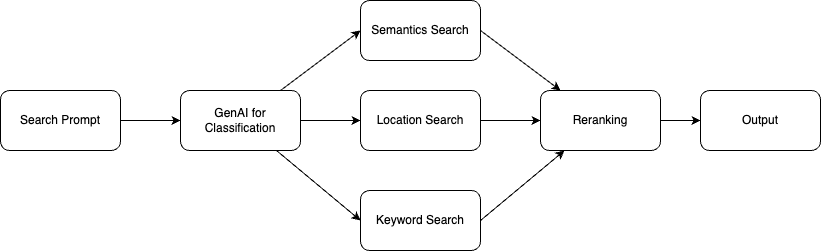
natelee-tw/event-search-optimization keeps this draw.io diagram as diagrams/architecture.drawio.png. Above is the earlier version. Source tidied: cells renumbered, new cells last; positions are measured from the earlier drawing's top-left corner, leaving out a move shared by most shapes. Its diagram source:
```xml
<mxGraphModel>
  <root>
    <mxCell id="0" />
    <mxCell id="1" parent="0" />
    <mxCell id="2" style="edgeStyle=none;html=1;entryX=0;entryY=0.5;entryDx=0;entryDy=0;" parent="1" edge="1" source="3" target="7">
      <mxGeometry relative="1" as="geometry" />
    </mxCell>
    <mxCell id="3" value="Search Prompt" style="rounded=1;whiteSpace=wrap;html=1;" parent="1" vertex="1">
      <mxGeometry y="90" width="120" height="60" as="geometry" />
    </mxCell>
    <mxCell id="4" style="edgeStyle=none;html=1;entryX=0;entryY=0.5;entryDx=0;entryDy=0;" parent="1" edge="1" source="7" target="9">
      <mxGeometry relative="1" as="geometry" />
    </mxCell>
    <mxCell id="5" style="edgeStyle=none;html=1;" parent="1" edge="1" source="7" target="11">
      <mxGeometry relative="1" as="geometry" />
    </mxCell>
    <mxCell id="6" style="edgeStyle=none;html=1;entryX=0;entryY=0.5;entryDx=0;entryDy=0;" parent="1" edge="1" source="7" target="13">
      <mxGeometry relative="1" as="geometry" />
    </mxCell>
    <mxCell id="7" value="GenAI for Classification" style="rounded=1;whiteSpace=wrap;html=1;" parent="1" vertex="1">
      <mxGeometry x="180" y="90" width="120" height="60" as="geometry" />
    </mxCell>
    <mxCell id="8" style="edgeStyle=none;html=1;exitX=1;exitY=0.5;exitDx=0;exitDy=0;" parent="1" edge="1" source="9" target="15">
      <mxGeometry relative="1" as="geometry" />
    </mxCell>
    <mxCell id="9" value="Semantics Search" style="rounded=1;whiteSpace=wrap;html=1;" parent="1" vertex="1">
      <mxGeometry x="360" width="120" height="60" as="geometry" />
    </mxCell>
    <mxCell id="10" style="edgeStyle=none;html=1;" parent="1" edge="1" source="11" target="15">
      <mxGeometry relative="1" as="geometry" />
    </mxCell>
    <mxCell id="11" value="Location Search" style="rounded=1;whiteSpace=wrap;html=1;" parent="1" vertex="1">
      <mxGeometry x="360" y="90" width="120" height="60" as="geometry" />
    </mxCell>
    <mxCell id="12" style="edgeStyle=none;html=1;exitX=1;exitY=0.5;exitDx=0;exitDy=0;" parent="1" edge="1" source="13" target="15">
      <mxGeometry relative="1" as="geometry" />
    </mxCell>
    <mxCell id="13" value="Keyword Search" style="rounded=1;whiteSpace=wrap;html=1;" parent="1" vertex="1">
      <mxGeometry x="360" y="190" width="120" height="60" as="geometry" />
    </mxCell>
    <mxCell id="14" style="edgeStyle=none;html=1;" parent="1" edge="1" source="15" target="16">
      <mxGeometry relative="1" as="geometry" />
    </mxCell>
    <mxCell id="15" value="Reranking" style="rounded=1;whiteSpace=wrap;html=1;" parent="1" vertex="1">
      <mxGeometry x="540" y="90" width="120" height="60" as="geometry" />
    </mxCell>
    <mxCell id="16" value="Output" style="rounded=1;whiteSpace=wrap;html=1;" parent="1" vertex="1">
      <mxGeometry x="700" y="90" width="120" height="60" as="geometry" />
    </mxCell>
  </root>
</mxGraphModel>
```
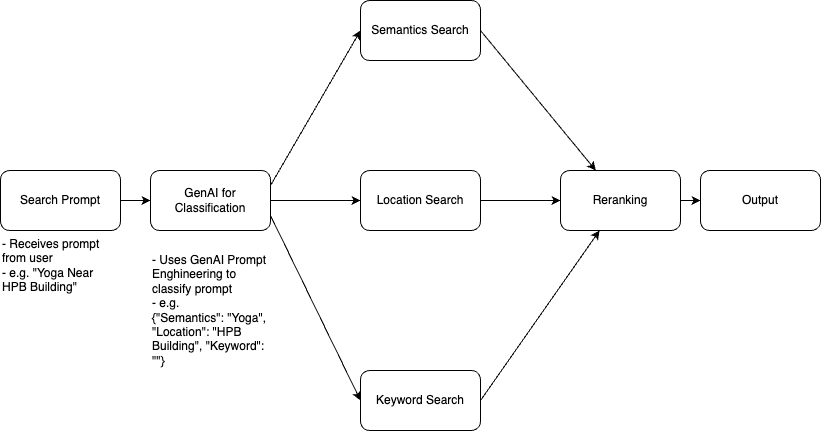
Later version of the same file.

Change to the diagram source:
```diff
@@ -8,23 +8,23 @@
     <mxCell id="3" value="Search Prompt" style="rounded=1;whiteSpace=wrap;html=1;" parent="1" vertex="1">
       <mxGeometry y="90" width="120" height="60" as="geometry" />
     </mxCell>
-    <mxCell id="4" style="edgeStyle=none;html=1;entryX=0;entryY=0.5;entryDx=0;entryDy=0;" parent="1" edge="1" source="7" target="9">
+    <mxCell id="4" style="edgeStyle=none;html=1;entryX=0;entryY=0.5;entryDx=0;entryDy=0;exitX=1;exitY=0.25;exitDx=0;exitDy=0;" parent="1" edge="1" source="7" target="9">
       <mxGeometry relative="1" as="geometry" />
     </mxCell>
     <mxCell id="5" style="edgeStyle=none;html=1;" parent="1" edge="1" source="7" target="11">
       <mxGeometry relative="1" as="geometry" />
     </mxCell>
-    <mxCell id="6" style="edgeStyle=none;html=1;entryX=0;entryY=0.5;entryDx=0;entryDy=0;" parent="1" edge="1" source="7" target="13">
+    <mxCell id="6" style="edgeStyle=none;html=1;entryX=0;entryY=0.5;entryDx=0;entryDy=0;exitX=1;exitY=0.75;exitDx=0;exitDy=0;" parent="1" edge="1" source="7" target="13">
       <mxGeometry relative="1" as="geometry" />
     </mxCell>
     <mxCell id="7" value="GenAI for Classification" style="rounded=1;whiteSpace=wrap;html=1;" parent="1" vertex="1">
-      <mxGeometry x="180" y="90" width="120" height="60" as="geometry" />
+      <mxGeometry x="150" y="90" width="120" height="60" as="geometry" />
     </mxCell>
     <mxCell id="8" style="edgeStyle=none;html=1;exitX=1;exitY=0.5;exitDx=0;exitDy=0;" parent="1" edge="1" source="9" target="15">
       <mxGeometry relative="1" as="geometry" />
     </mxCell>
     <mxCell id="9" value="Semantics Search" style="rounded=1;whiteSpace=wrap;html=1;" parent="1" vertex="1">
-      <mxGeometry x="360" width="120" height="60" as="geometry" />
+      <mxGeometry x="360" y="-80" width="120" height="60" as="geometry" />
     </mxCell>
     <mxCell id="10" style="edgeStyle=none;html=1;" parent="1" edge="1" source="11" target="15">
       <mxGeometry relative="1" as="geometry" />
@@ -36,16 +36,22 @@
       <mxGeometry relative="1" as="geometry" />
     </mxCell>
     <mxCell id="13" value="Keyword Search" style="rounded=1;whiteSpace=wrap;html=1;" parent="1" vertex="1">
-      <mxGeometry x="360" y="190" width="120" height="60" as="geometry" />
+      <mxGeometry x="360" y="290" width="120" height="60" as="geometry" />
     </mxCell>
     <mxCell id="14" style="edgeStyle=none;html=1;" parent="1" edge="1" source="15" target="16">
       <mxGeometry relative="1" as="geometry" />
     </mxCell>
     <mxCell id="15" value="Reranking" style="rounded=1;whiteSpace=wrap;html=1;" parent="1" vertex="1">
-      <mxGeometry x="540" y="90" width="120" height="60" as="geometry" />
+      <mxGeometry x="560" y="90" width="120" height="60" as="geometry" />
     </mxCell>
     <mxCell id="16" value="Output" style="rounded=1;whiteSpace=wrap;html=1;" parent="1" vertex="1">
       <mxGeometry x="700" y="90" width="120" height="60" as="geometry" />
     </mxCell>
+    <mxCell id="17" value="- Receives prompt from user&lt;br&gt;- e.g. &quot;Yoga Near HPB Building&quot;" style="text;html=1;strokeColor=none;fillColor=none;align=left;verticalAlign=middle;whiteSpace=wrap;rounded=0;" parent="1" vertex="1">
+      <mxGeometry y="170" width="120" height="30" as="geometry" />
+    </mxCell>
+    <mxCell id="18" value="&lt;div style=&quot;&quot;&gt;&lt;span style=&quot;background-color: initial;&quot;&gt;- Uses GenAI Prompt Enghineering to classify prompt&lt;/span&gt;&lt;/div&gt;&lt;div style=&quot;&quot;&gt;&lt;span style=&quot;background-color: initial;&quot;&gt;- e.g.&amp;nbsp;&lt;/span&gt;&lt;/div&gt;&lt;div style=&quot;&quot;&gt;&lt;span style=&quot;background-color: initial;&quot;&gt;{&quot;Semantics&quot;: &quot;Yoga&quot;, &quot;Location&quot;: &quot;HPB Building&quot;, &quot;Keyword&quot;: &quot;&quot;}&lt;/span&gt;&lt;/div&gt;" style="text;html=1;strokeColor=none;fillColor=none;align=left;verticalAlign=middle;whiteSpace=wrap;rounded=0;" parent="1" vertex="1">
+      <mxGeometry x="150" y="170" width="120" height="120" as="geometry" />
+    </mxCell>
   </root>
 </mxGraphModel>
```
